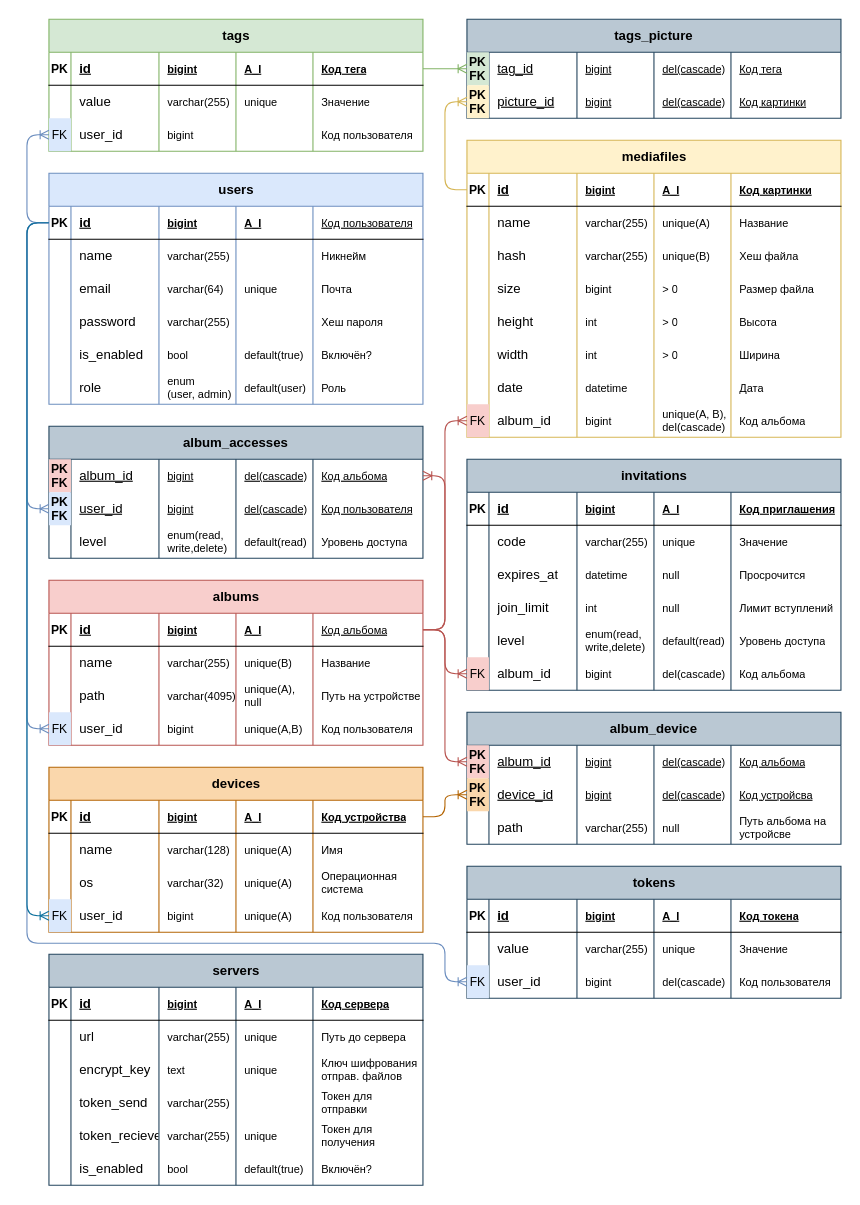
Above: page "Физич" (3 of 4) of docs/Модели БД.drawio in Kopchan/wepicsync (draw.io), before the change. Source tidied: cells renumbered, new cells numbered last; positions are measured from the earlier drawing's top-left corner, leaving out a move shared by most shapes. Both pictures are drawn from the tidied source at 110%, with x=0, y=0 at pixel (26, 19).
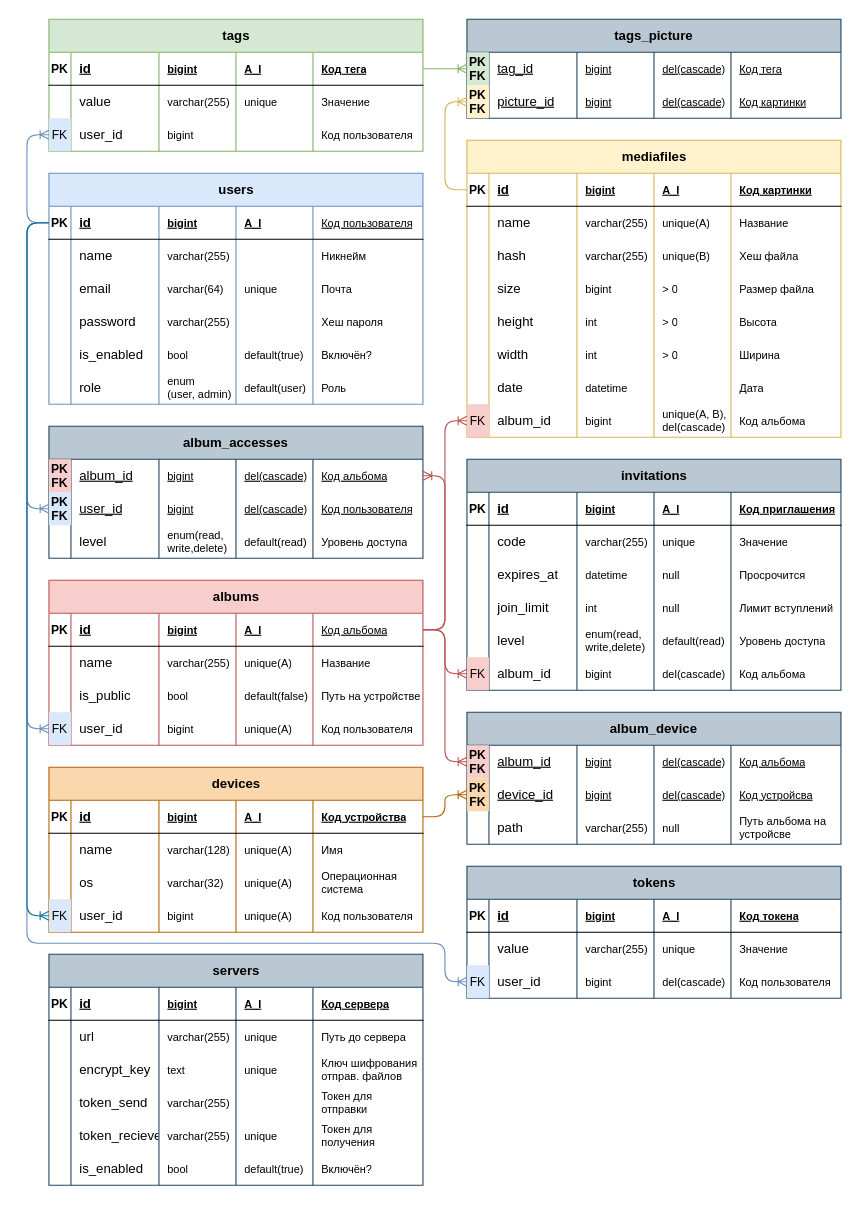
After the change.

The change refers to these unchanged cells:
```xml
<mxCell id="97" style="shape=tableRow;horizontal=0;startSize=0;swimlaneHead=0;swimlaneBody=0;fillColor=none;top=0;left=0;right=0;bottom=0;labelBackgroundColor=none;" parent="90" vertex="1">
  <mxGeometry y="60" width="340" height="30" as="geometry" />
</mxCell>
<mxCell id="103" style="shape=tableRow;horizontal=0;startSize=0;swimlaneHead=0;swimlaneBody=0;fillColor=none;top=0;left=0;right=0;bottom=0;labelBackgroundColor=none;" parent="90" vertex="1">
  <mxGeometry y="90" width="340" height="30" as="geometry" />
</mxCell>
<mxCell id="109" style="shape=tableRow;horizontal=0;startSize=0;swimlaneHead=0;swimlaneBody=0;fillColor=none;points=[[0,0.5],[1,0.5]];portConstraint=eastwest;top=0;left=0;right=0;bottom=0;labelBackgroundColor=none;" parent="90" vertex="1">
  <mxGeometry y="120" width="340" height="30" as="geometry" />
</mxCell>
```

Diff of the diagram source:
```diff
@@
-    <mxCell id="101" value="unique(B)" style="shape=partialRectangle;fillColor=none;top=0;left=0;bottom=0;right=0;align=left;spacingLeft=6;overflow=hidden;whiteSpace=wrap;html=1;labelBackgroundColor=none;fontSize=10;" parent="97" vertex="1">
+    <mxCell id="101" value="unique(A)" style="shape=partialRectangle;fillColor=none;top=0;left=0;bottom=0;right=0;align=left;spacingLeft=6;overflow=hidden;whiteSpace=wrap;html=1;labelBackgroundColor=none;fontSize=10;" parent="97" vertex="1">
       <mxGeometry x="170" width="70" height="30" as="geometry" />
     </mxCell>
@@
-    <mxCell id="105" value="path" style="shape=partialRectangle;fillColor=none;top=0;left=0;bottom=0;right=0;align=left;spacingLeft=6;overflow=hidden;whiteSpace=wrap;html=1;labelBackgroundColor=none;" parent="103" vertex="1">
+    <mxCell id="105" value="is_public" style="shape=partialRectangle;fillColor=none;top=0;left=0;bottom=0;right=0;align=left;spacingLeft=6;overflow=hidden;whiteSpace=wrap;html=1;labelBackgroundColor=none;" parent="103" vertex="1">
       <mxGeometry x="20" width="80" height="30" as="geometry" />
     </mxCell>
-    <mxCell id="106" value="varchar(4095)" style="shape=partialRectangle;fillColor=none;top=0;left=0;bottom=0;right=0;align=left;spacingLeft=6;overflow=hidden;whiteSpace=wrap;html=1;labelBackgroundColor=none;fontSize=10;" parent="103" vertex="1">
+    <mxCell id="106" value="bool" style="shape=partialRectangle;fillColor=none;top=0;left=0;bottom=0;right=0;align=left;spacingLeft=6;overflow=hidden;whiteSpace=wrap;html=1;labelBackgroundColor=none;fontSize=10;" parent="103" vertex="1">
       <mxGeometry x="100" width="70" height="30" as="geometry" />
     </mxCell>
-    <mxCell id="107" value="unique(A), null" style="shape=partialRectangle;fillColor=none;top=0;left=0;bottom=0;right=0;align=left;spacingLeft=6;overflow=hidden;whiteSpace=wrap;html=1;labelBackgroundColor=none;fontSize=10;" parent="103" vertex="1">
+    <mxCell id="107" value="default(false)" style="shape=partialRectangle;fillColor=none;top=0;left=0;bottom=0;right=0;align=left;spacingLeft=6;overflow=hidden;whiteSpace=wrap;html=1;labelBackgroundColor=none;fontSize=10;" parent="103" vertex="1">
       <mxGeometry x="170" width="70" height="30" as="geometry" />
     </mxCell>
@@
-    <mxCell id="113" value="unique(A,B)" style="shape=partialRectangle;fillColor=none;top=0;left=0;bottom=0;right=0;align=left;spacingLeft=6;overflow=hidden;whiteSpace=wrap;html=1;labelBackgroundColor=none;fontSize=10;" parent="109" vertex="1">
+    <mxCell id="113" value="unique(A)" style="shape=partialRectangle;fillColor=none;top=0;left=0;bottom=0;right=0;align=left;spacingLeft=6;overflow=hidden;whiteSpace=wrap;html=1;labelBackgroundColor=none;fontSize=10;" parent="109" vertex="1">
       <mxGeometry x="170" width="70" height="30" as="geometry" />
     </mxCell>
```
